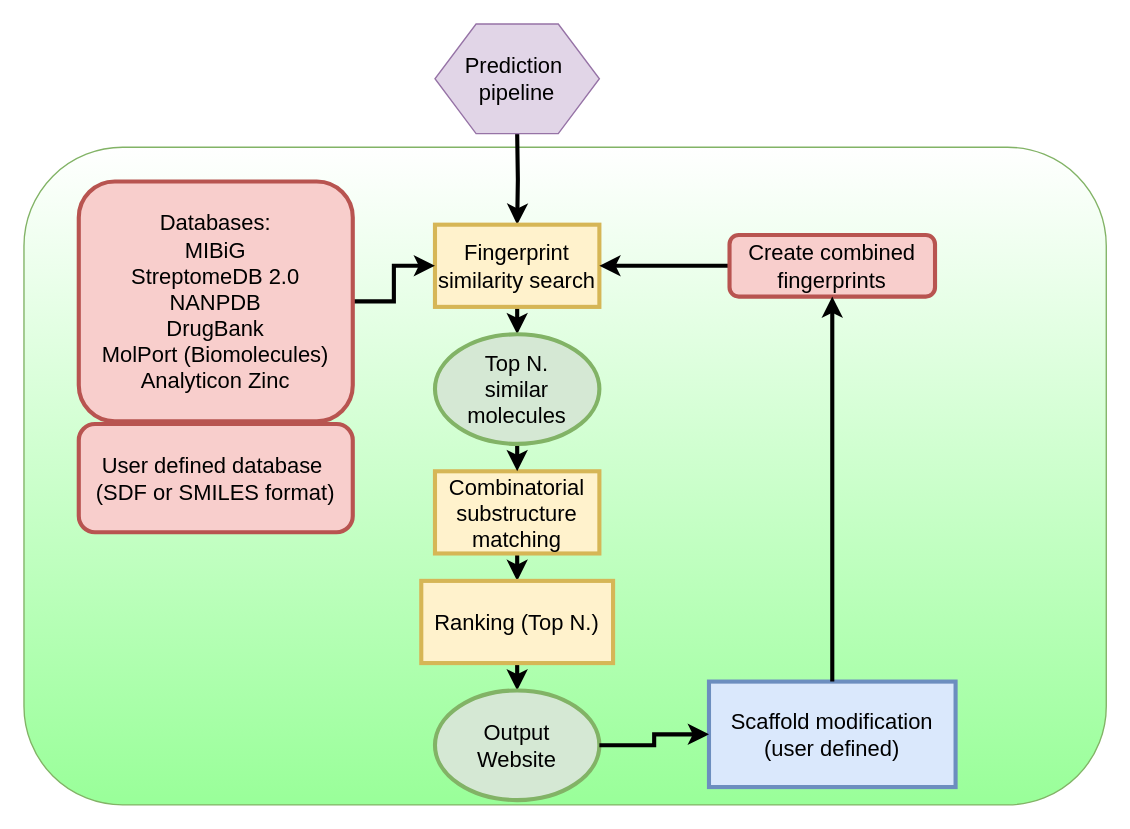
Above: sphinx/source/chapters/img/raw/scaffold_screening.drawio in PhaBiFreiburg/SeMPI_web_docu (draw.io), before the change. Source tidied: cells renumbered, new cells numbered last; positions are measured from the earlier drawing's top-left corner, leaving out a move shared by most shapes. Both pictures are drawn from the tidied source at 137%, with x=0, y=0 at pixel (23, 23).
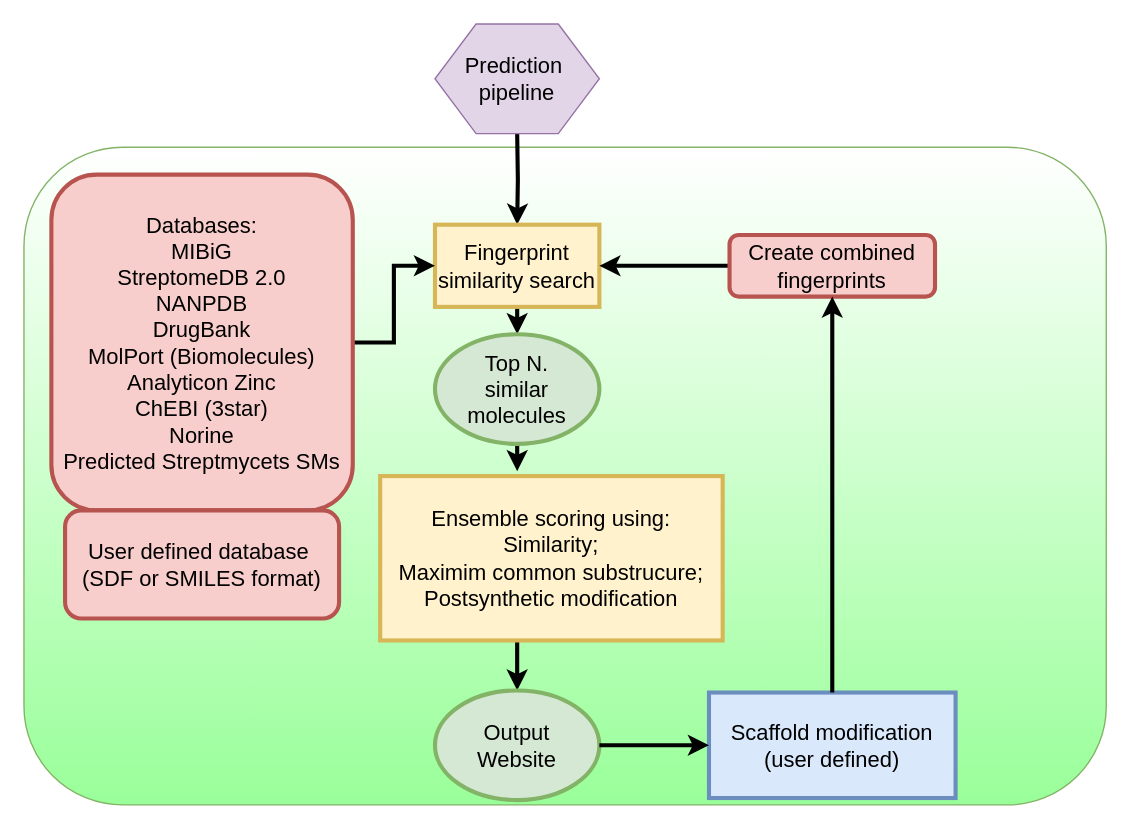
The same page after the edit.

Unchanged cells that the change refers to:
```xml
<mxCell id="11" value="Top N.&lt;br style=&quot;font-size: 16px&quot;&gt;similar molecules&lt;br style=&quot;font-size: 16px&quot;&gt;" style="ellipse;whiteSpace=wrap;html=1;strokeWidth=3;fillColor=#d5e8d4;strokeColor=#82b366;fontSize=16;" parent="1" vertex="1">
  <mxGeometry x="300" y="226.5" width="120" height="80" as="geometry" />
</mxCell>
<mxCell id="16" value="Output&lt;br&gt;Website&lt;br style=&quot;font-size: 16px&quot;&gt;" style="ellipse;whiteSpace=wrap;html=1;strokeWidth=3;fillColor=#d5e8d4;strokeColor=#82b366;fontSize=16;" parent="1" vertex="1">
  <mxGeometry x="300" y="486.5" width="120" height="80" as="geometry" />
</mxCell>
```

Diff of the diagram source:
```diff
@@
-    <mxCell id="8" style="edgeStyle=orthogonalEdgeStyle;rounded=0;html=1;exitX=0.5;exitY=1;entryX=0.5;entryY=0;jettySize=auto;strokeWidth=3;fontSize=16;" parent="1" edge="1" source="9" target="15">
-      <mxGeometry relative="1" as="geometry" />
+    <mxCell id="8" style="edgeStyle=orthogonalEdgeStyle;rounded=0;html=1;exitX=0.5;exitY=1;entryX=0.5;entryY=0;jettySize=auto;orthogonalLoop=1;strokeWidth=3;fontSize=16;" parent="1" edge="1">
+      <mxGeometry relative="1" as="geometry">
+        <mxPoint x="360" y="386.5" as="sourcePoint" />
+      </mxGeometry>
     </mxCell>
-    <mxCell id="9" value="Combinatorial substructure matching" style="rounded=0;whiteSpace=wrap;html=1;fillColor=#fff2cc;strokeColor=#d6b656;strokeWidth=3;fontSize=16;" parent="1" vertex="1">
-      <mxGeometry x="300" y="326.5" width="120" height="60" as="geometry" />
-    </mxCell>
-    <mxCell id="10" style="edgeStyle=orthogonalEdgeStyle;rounded=0;html=1;exitX=0.5;exitY=1;entryX=0.5;entryY=0;jettySize=auto;strokeWidth=3;fontSize=16;" parent="1" edge="1" source="11" target="9">
-      <mxGeometry relative="1" as="geometry" />
+    <mxCell id="10" style="edgeStyle=orthogonalEdgeStyle;rounded=0;html=1;exitX=0.5;exitY=1;entryX=0.5;entryY=0;jettySize=auto;strokeWidth=3;fontSize=16;" parent="1" edge="1" source="11">
+      <mxGeometry relative="1" as="geometry">
+        <mxPoint x="360" y="326.5" as="targetPoint" />
+      </mxGeometry>
     </mxCell>
@@
-    <mxCell id="13" value="&lt;span style=&quot;font-size: 16px&quot;&gt;Databases:&lt;br&gt;MIBiG&lt;br style=&quot;font-size: 16px&quot;&gt;StreptomeDB 2.0&lt;br style=&quot;font-size: 16px&quot;&gt;NANPDB&lt;br&gt;DrugBank&lt;br style=&quot;font-size: 16px&quot;&gt;MolPort (Biomolecules)&lt;br&gt;Analyticon Zinc&lt;br style=&quot;font-size: 16px&quot;&gt;&lt;/span&gt;" style="rounded=1;whiteSpace=wrap;html=1;fillColor=#f8cecc;strokeColor=#b85450;strokeWidth=3;fontSize=16;" parent="1" vertex="1">
-      <mxGeometry x="40" y="115" width="200" height="175" as="geometry" />
+    <mxCell id="13" value="&lt;span style=&quot;font-size: 16px&quot;&gt;Databases:&lt;br&gt;MIBiG&lt;br style=&quot;font-size: 16px&quot;&gt;StreptomeDB 2.0&lt;br style=&quot;font-size: 16px&quot;&gt;NANPDB&lt;br&gt;DrugBank&lt;br style=&quot;font-size: 16px&quot;&gt;MolPort (Biomolecules)&lt;br&gt;Analyticon Zinc&lt;br&gt;ChEBI (3star)&lt;br&gt;Norine&lt;br&gt;Predicted Streptmycets SMs&lt;br style=&quot;font-size: 16px&quot;&gt;&lt;/span&gt;" style="rounded=1;whiteSpace=wrap;html=1;fillColor=#f8cecc;strokeColor=#b85450;strokeWidth=3;fontSize=16;" parent="1" vertex="1">
+      <mxGeometry x="20" y="110" width="220" height="245" as="geometry" />
     </mxCell>
-    <mxCell id="14" style="edgeStyle=orthogonalEdgeStyle;rounded=0;html=1;exitX=0.5;exitY=1;entryX=0.5;entryY=0;jettySize=auto;strokeWidth=3;fontSize=16;" parent="1" edge="1" source="15" target="16">
+    <mxCell id="14" style="edgeStyle=orthogonalEdgeStyle;rounded=0;html=1;exitX=0.408;exitY=0.992;entryX=0.5;entryY=0;jettySize=auto;strokeWidth=3;fontSize=16;exitDx=0;exitDy=0;exitPerimeter=0;" parent="1" edge="1" source="22" target="16">
       <mxGeometry relative="1" as="geometry" />
     </mxCell>
-    <mxCell id="15" value="Ranking (Top N.)" style="rounded=0;whiteSpace=wrap;html=1;fillColor=#fff2cc;strokeColor=#d6b656;strokeWidth=3;fontSize=16;" parent="1" vertex="1">
-      <mxGeometry x="290" y="406.5" width="140" height="60" as="geometry" />
-    </mxCell>
@@
     <mxCell id="17" value="Scaffold modification&lt;br&gt;(user defined)&lt;br&gt;" style="rounded=0;whiteSpace=wrap;html=1;fillColor=#dae8fc;strokeColor=#6c8ebf;strokeWidth=3;fontSize=16;" parent="1" vertex="1">
-      <mxGeometry x="500" y="480" width="180" height="77" as="geometry" />
+      <mxGeometry x="500" y="488" width="180" height="77" as="geometry" />
     </mxCell>
@@
     <mxCell id="20" value="&lt;span style=&quot;font-size: 16px&quot;&gt;User defined database&amp;nbsp;&lt;br&gt;(SDF or SMILES format)&lt;br style=&quot;font-size: 16px&quot;&gt;&lt;/span&gt;" style="rounded=1;whiteSpace=wrap;html=1;fillColor=#f8cecc;strokeColor=#b85450;strokeWidth=3;fontSize=16;" parent="1" vertex="1">
-      <mxGeometry x="40" y="292" width="200" height="79" as="geometry" />
+      <mxGeometry x="30" y="355" width="200" height="79" as="geometry" />
     </mxCell>
@@
+    <mxCell id="22" value="Ensemble scoring using:&lt;br&gt;Similarity;&lt;br&gt;Maximim common substrucure;&lt;br&gt;Postsynthetic modification" style="rounded=0;whiteSpace=wrap;html=1;fillColor=#fff2cc;strokeColor=#d6b656;strokeWidth=3;fontSize=16;" parent="1" vertex="1">
+      <mxGeometry x="260" y="330" width="250" height="120" as="geometry" />
+    </mxCell>
```
